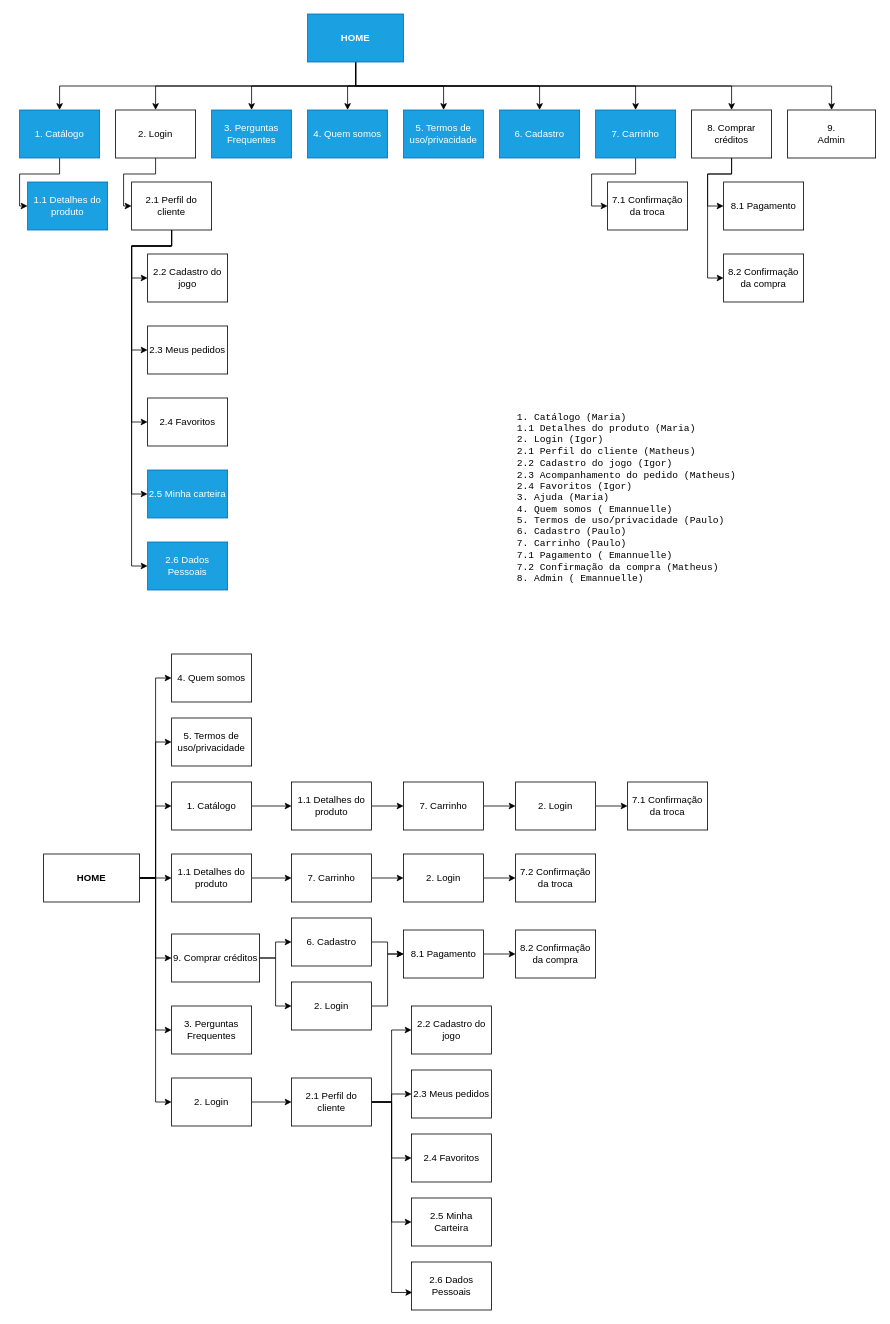
Above: page "Site map" (1 of 21) of wireframe.drawio in pdaambrosio/dh_group_5 (draw.io), before the change. Source tidied: cells renumbered, new cells numbered last; positions are measured from the earlier drawing's top-left corner, leaving out a move shared by most shapes. Both pictures are drawn from the tidied source at 80%, with x=0, y=0 at pixel (19, 14).
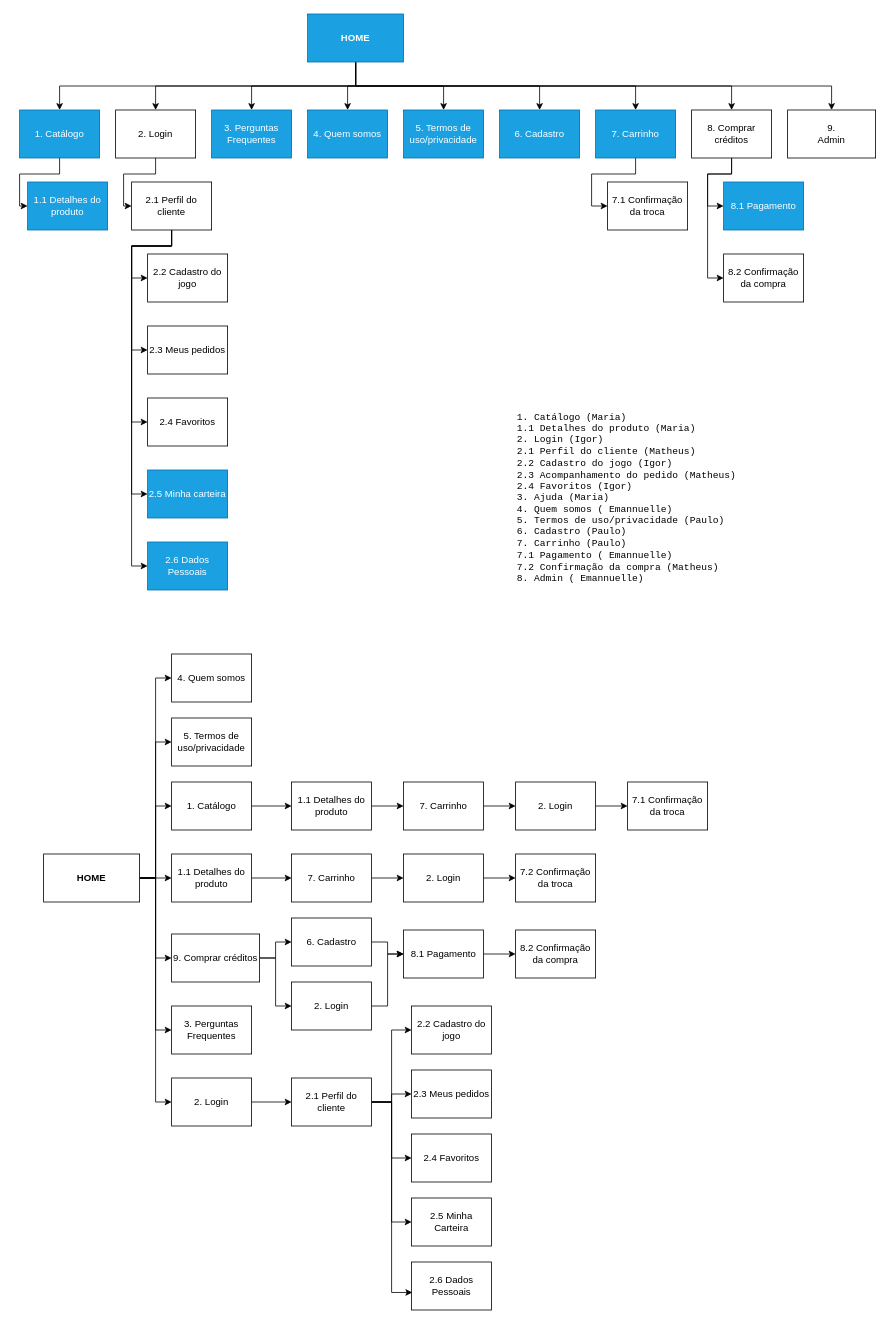
The same diagram, later.

Change to the diagram source:
```diff
@@
-    <mxCell id="38" value="8.1 Pagamento" style="rounded=0;whiteSpace=wrap;html=1;" parent="1" vertex="1">
+    <mxCell id="38" value="8.1 Pagamento" style="rounded=0;whiteSpace=wrap;html=1;fillColor=#1ba1e2;strokeColor=#006EAF;fontColor=#ffffff;" parent="1" vertex="1">
       <mxGeometry x="880" y="210" width="100" height="60" as="geometry" />
     </mxCell>
```
